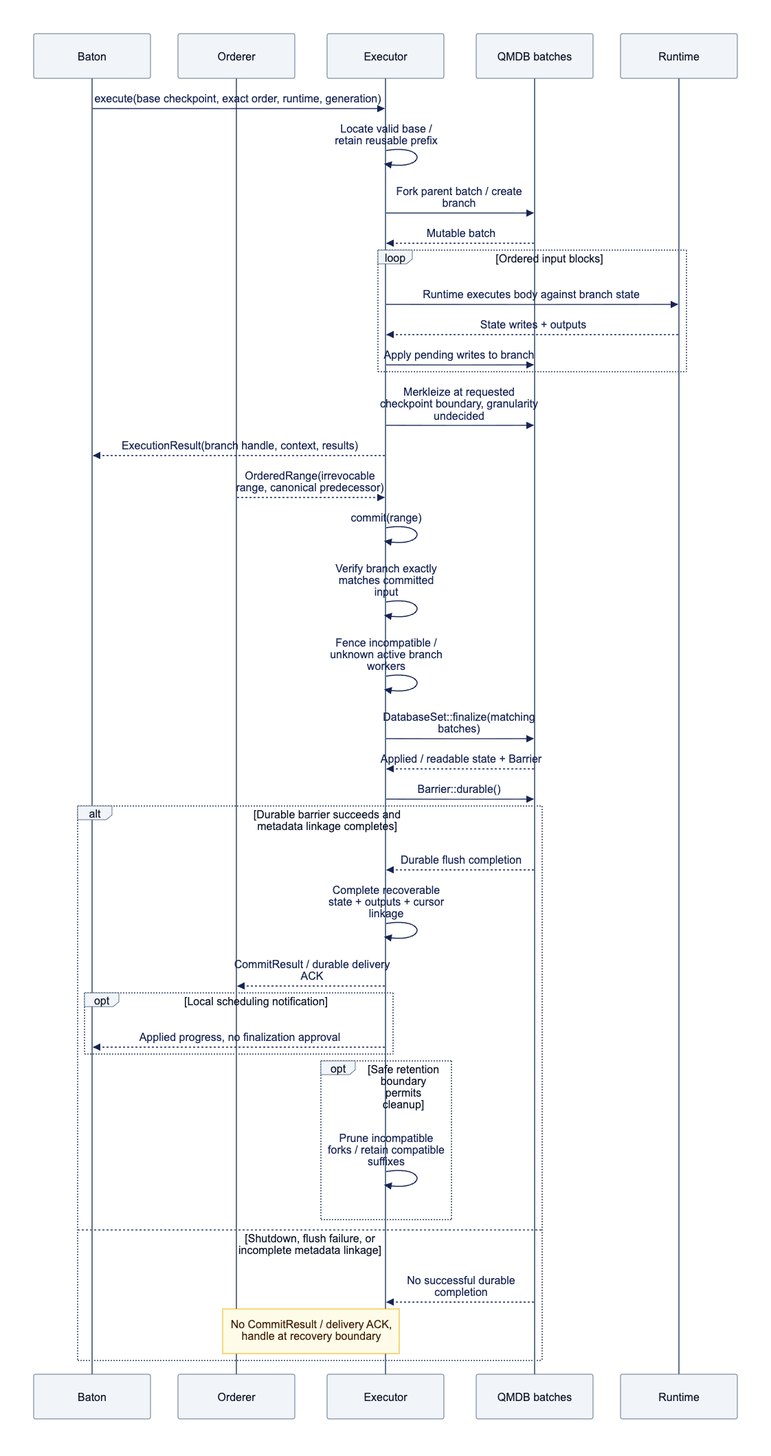
Above: docs/assets/diagrams/diagram-09.png in djm07073/baton-research (Mermaid), before the change. Its source is kept beside it as docs/assets/diagrams/diagram-09.mmd.
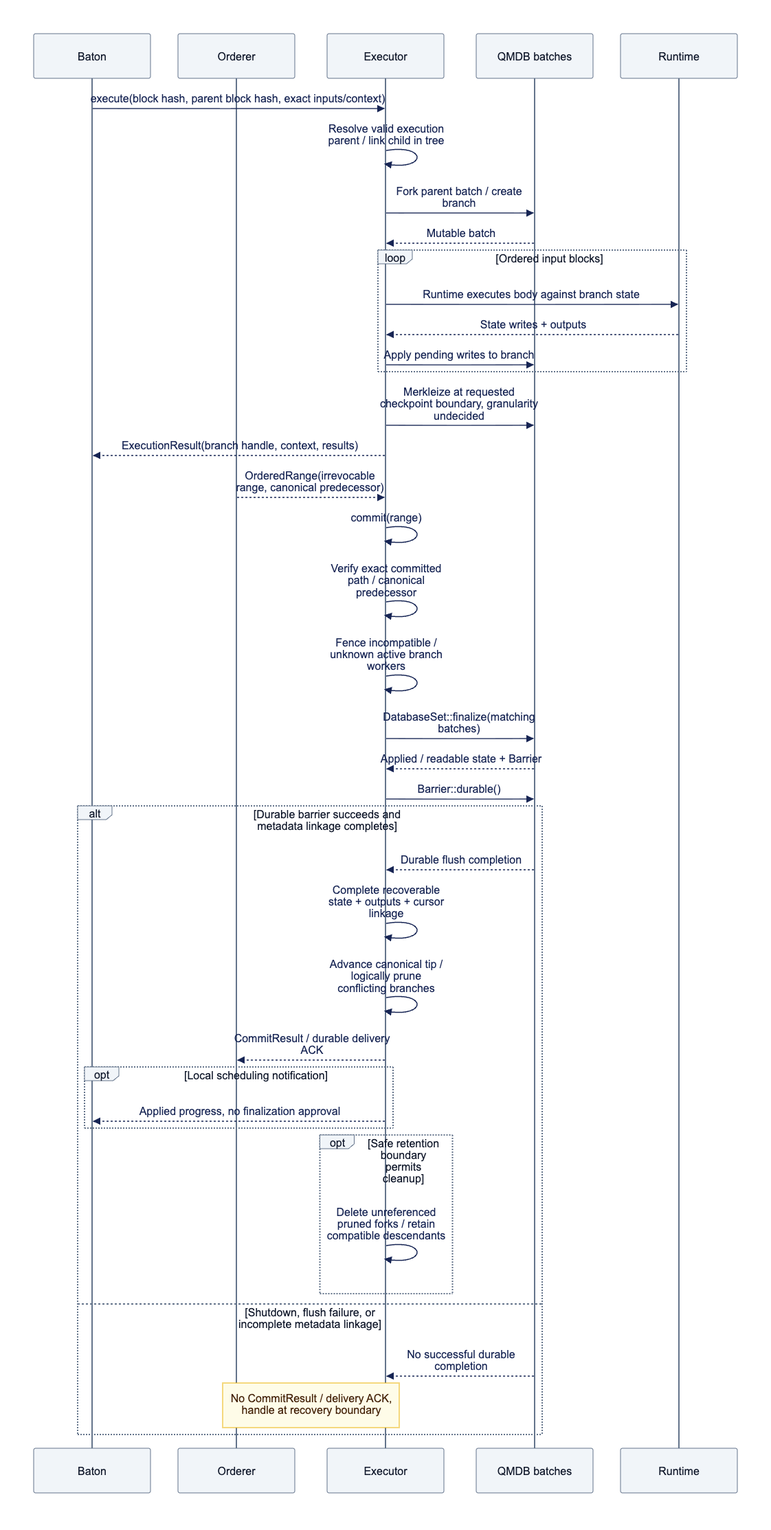
Later version of the same file.

The edit, as a diff of the source:
```diff
@@ -4,8 +4,8 @@
     participant O as Executor
     participant Q as QMDB batches
     participant A as Runtime
-    B->>O: execute(base checkpoint, exact order, runtime, generation)
-    O->>O: Locate valid base / retain reusable prefix
+    B->>O: execute(block hash, parent block hash, exact inputs/context)
+    O->>O: Resolve valid execution parent / link child in tree
     O->>Q: Fork parent batch / create branch
     Q-->>O: Mutable batch
     loop Ordered input blocks
@@ -17,7 +17,7 @@
     O-->>B: ExecutionResult(branch handle, context, results)
     M-->>O: OrderedRange(irrevocable range, canonical predecessor)
     O->>O: commit(range)
-    O->>O: Verify branch exactly matches committed input
+    O->>O: Verify exact committed path / canonical predecessor
     O->>O: Fence incompatible / unknown active branch workers
     O->>Q: DatabaseSet::finalize(matching batches)
     Q-->>O: Applied / readable state + Barrier
@@ -25,12 +25,13 @@
     alt Durable barrier succeeds and metadata linkage completes
         Q-->>O: Durable flush completion
         O->>O: Complete recoverable state + outputs + cursor linkage
+        O->>O: Advance canonical tip / logically prune conflicting branches
         O-->>M: CommitResult / durable delivery ACK
         opt Local scheduling notification
             O-->>B: Applied progress, no finalization approval
         end
         opt Safe retention boundary permits cleanup
-            O->>O: Prune incompatible forks / retain compatible suffixes
+            O->>O: Delete unreferenced pruned forks / retain compatible descendants
         end
     else Shutdown, flush failure, or incomplete metadata linkage
         Q-->>O: No successful durable completion
```
